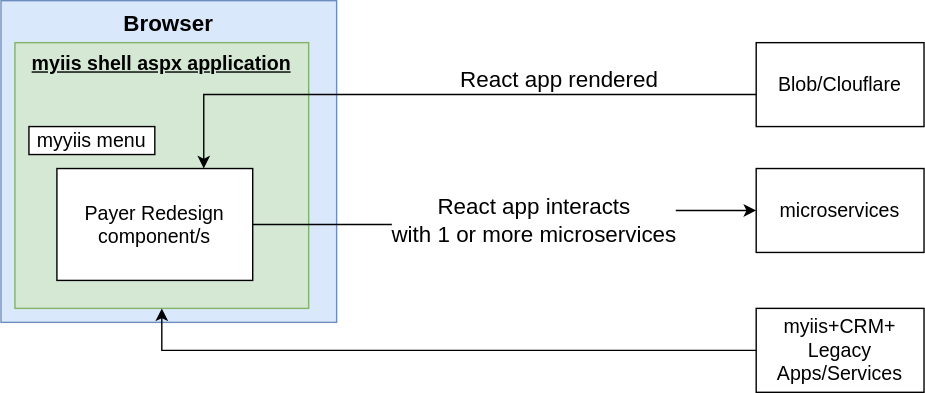
The draw.io diagram payerredesignOption1.svg in vjavle/invoicecloud, before a commit. Source tidied: cells renumbered, new cells last; positions are measured from the earlier drawing's top-left corner, leaving out a move shared by most shapes.
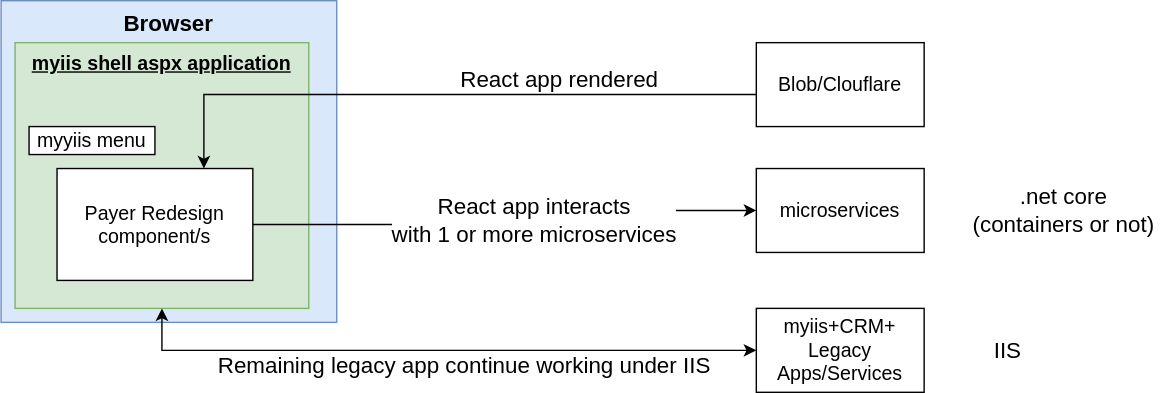
Later version of the same file.

What changed in the source:
```diff
@@ -19,9 +19,14 @@
     <mxCell id="6" value="Blob/Clouflare" style="rounded=0;whiteSpace=wrap;html=1;fontSize=14;" parent="1" vertex="1">
       <mxGeometry x="540" y="30" width="120" height="60" as="geometry" />
     </mxCell>
-    <mxCell id="7" style="edgeStyle=orthogonalEdgeStyle;rounded=0;jettySize=auto;html=1;entryX=0.5;entryY=1;entryDx=0;entryDy=0;fontSize=14;" parent="1" edge="1" source="8" target="3">
+    <mxCell id="7" style="edgeStyle=orthogonalEdgeStyle;rounded=0;jettySize=auto;html=1;entryX=0.5;entryY=1;entryDx=0;entryDy=0;fontSize=14;startArrow=classic;startFill=1;" parent="1" edge="1" source="8" target="3">
       <mxGeometry relative="1" as="geometry" />
     </mxCell>
+    <mxCell id="14" value="Remaining legacy app continue working under IIS" style="edgeLabel;html=1;align=center;verticalAlign=middle;fontSize=16;" parent="7" vertex="1">
+      <mxGeometry x="0.39" y="2" relative="1" as="geometry">
+        <mxPoint x="106" y="8" as="offset" />
+      </mxGeometry>
+    </mxCell>
     <mxCell id="8" value="myiis+CRM+ Legacy Apps/Services" style="rounded=0;whiteSpace=wrap;html=1;fontSize=14;" parent="1" vertex="1">
       <mxGeometry x="540" y="220" width="120" height="60" as="geometry" />
     </mxCell>
@@ -42,5 +47,11 @@
     <mxCell id="13" value="microservices" style="rounded=0;whiteSpace=wrap;html=1;fontSize=14;" parent="1" vertex="1">
       <mxGeometry x="540" y="120" width="120" height="60" as="geometry" />
     </mxCell>
+    <mxCell id="15" value="IIS" style="text;html=1;strokeColor=none;fillColor=none;align=center;verticalAlign=middle;whiteSpace=wrap;rounded=0;fontSize=16;" parent="1" vertex="1">
+      <mxGeometry x="690" y="235" width="60" height="30" as="geometry" />
+    </mxCell>
+    <mxCell id="16" value=".net core (containers or not)" style="text;html=1;strokeColor=none;fillColor=none;align=center;verticalAlign=middle;whiteSpace=wrap;rounded=0;fontSize=16;" parent="1" vertex="1">
+      <mxGeometry x="690" y="132" width="140" height="35" as="geometry" />
+    </mxCell>
   </root>
 </mxGraphModel>
```
